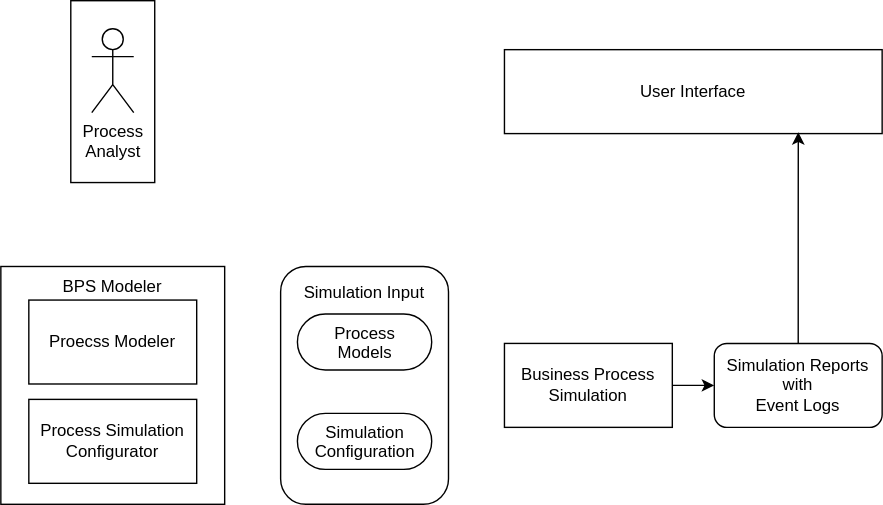
Earlier version of the draw.io export simulation_component.svg (fyndalf/master-thesis). Source tidied: cells renumbered, new cells last; positions are measured from the earlier drawing's top-left corner, leaving out a move shared by most shapes. Source of this version:
```xml
<mxGraphModel>
  <root>
    <mxCell id="0" />
    <mxCell id="1" parent="0" />
    <mxCell id="2" style="rounded=0;whiteSpace=wrap;html=1;" parent="1" vertex="1">
      <mxGeometry y="190" width="160" height="170" as="geometry" />
    </mxCell>
    <mxCell id="3" style="rounded=0;whiteSpace=wrap;html=1;" parent="1" vertex="1">
      <mxGeometry x="50" width="60" height="130" as="geometry" />
    </mxCell>
    <mxCell id="4" value="Process&lt;br&gt;Analyst" style="shape=umlActor;verticalLabelPosition=bottom;verticalAlign=top;html=1;" parent="1" vertex="1">
      <mxGeometry x="65" y="20" width="30" height="60" as="geometry" />
    </mxCell>
    <mxCell id="5" value="User Interface" style="rounded=0;whiteSpace=wrap;html=1;" parent="1" vertex="1">
      <mxGeometry x="360" y="35" width="270" height="60" as="geometry" />
    </mxCell>
    <mxCell id="6" value="&lt;div&gt;Proecss Modeler&lt;/div&gt;" style="rounded=0;whiteSpace=wrap;html=1;" parent="1" vertex="1">
      <mxGeometry x="20" y="214" width="120" height="60" as="geometry" />
    </mxCell>
    <mxCell id="7" value="Process Simulation&lt;br&gt;Configurator" style="rounded=0;whiteSpace=wrap;html=1;" parent="1" vertex="1">
      <mxGeometry x="20" y="285" width="120" height="60" as="geometry" />
    </mxCell>
    <mxCell id="8" value="&lt;div&gt;BPS Modeler&lt;/div&gt;" style="text;html=1;strokeColor=none;fillColor=none;align=center;verticalAlign=middle;whiteSpace=wrap;rounded=0;" parent="1" vertex="1">
      <mxGeometry x="20" y="190" width="120" height="30" as="geometry" />
    </mxCell>
    <mxCell id="9" style="rounded=1;whiteSpace=wrap;html=1;" parent="1" vertex="1">
      <mxGeometry x="200" y="190" width="120" height="170" as="geometry" />
    </mxCell>
    <mxCell id="10" value="Process&lt;br&gt;Models" style="html=1;align=center;verticalAlign=top;rounded=1;absoluteArcSize=1;arcSize=74;dashed=0;" parent="1" vertex="1">
      <mxGeometry x="212" y="224" width="96" height="40" as="geometry" />
    </mxCell>
    <mxCell id="11" value="Simulation&lt;br&gt;Configuration" style="html=1;align=center;verticalAlign=top;rounded=1;absoluteArcSize=1;arcSize=74;dashed=0;" parent="1" vertex="1">
      <mxGeometry x="212" y="295" width="96" height="40" as="geometry" />
    </mxCell>
    <mxCell id="12" style="edgeStyle=orthogonalEdgeStyle;rounded=0;jettySize=auto;html=1;entryX=0;entryY=0.5;entryDx=0;entryDy=0;" parent="1" edge="1" source="13" target="15">
      <mxGeometry relative="1" as="geometry" />
    </mxCell>
    <mxCell id="13" value="&lt;div&gt;Business Process Simulation&lt;/div&gt;" style="rounded=0;whiteSpace=wrap;html=1;" parent="1" vertex="1">
      <mxGeometry x="360" y="245" width="120" height="60" as="geometry" />
    </mxCell>
    <mxCell id="14" style="edgeStyle=orthogonalEdgeStyle;rounded=0;jettySize=auto;html=1;entryX=0.778;entryY=0.983;entryDx=0;entryDy=0;entryPerimeter=0;" parent="1" edge="1" source="15" target="5">
      <mxGeometry relative="1" as="geometry" />
    </mxCell>
    <mxCell id="15" value="Simulation Reports&lt;br&gt;with&lt;br&gt;&lt;div&gt;Event Logs&lt;/div&gt;" style="rounded=1;whiteSpace=wrap;html=1;" parent="1" vertex="1">
      <mxGeometry x="510" y="245" width="120" height="60" as="geometry" />
    </mxCell>
    <mxCell id="16" value="Simulation Input" style="text;html=1;strokeColor=none;fillColor=none;align=center;verticalAlign=middle;whiteSpace=wrap;rounded=0;" parent="1" vertex="1">
      <mxGeometry x="200" y="194" width="120" height="30" as="geometry" />
    </mxCell>
  </root>
</mxGraphModel>
```
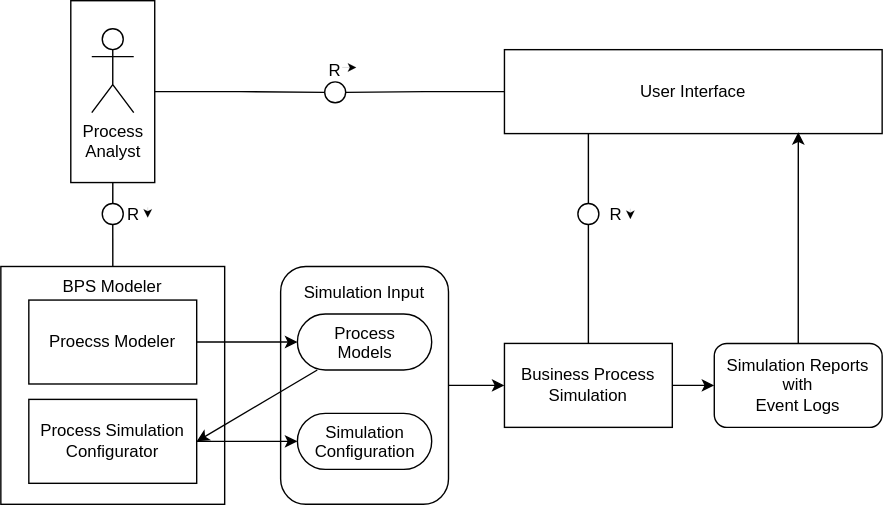
After the change.

Change to the diagram source:
```diff
@@ -5,12 +5,21 @@
     <mxCell id="2" style="rounded=0;whiteSpace=wrap;html=1;" parent="1" vertex="1">
       <mxGeometry y="190" width="160" height="170" as="geometry" />
     </mxCell>
+    <mxCell id="17" style="edgeStyle=orthogonalEdgeStyle;rounded=0;jettySize=auto;html=1;entryX=0;entryY=0.5;entryDx=0;entryDy=0;endArrow=none;endFill=0;" parent="1" edge="1" source="3" target="24">
+      <mxGeometry relative="1" as="geometry" />
+    </mxCell>
+    <mxCell id="18" style="edgeStyle=orthogonalEdgeStyle;rounded=0;jettySize=auto;html=1;endArrow=none;endFill=0;" parent="1" edge="1" source="3" target="31">
+      <mxGeometry relative="1" as="geometry" />
+    </mxCell>
     <mxCell id="3" style="rounded=0;whiteSpace=wrap;html=1;" parent="1" vertex="1">
       <mxGeometry x="50" width="60" height="130" as="geometry" />
     </mxCell>
     <mxCell id="4" value="Process&lt;br&gt;Analyst" style="shape=umlActor;verticalLabelPosition=bottom;verticalAlign=top;html=1;" parent="1" vertex="1">
       <mxGeometry x="65" y="20" width="30" height="60" as="geometry" />
     </mxCell>
+    <mxCell id="19" style="edgeStyle=orthogonalEdgeStyle;rounded=0;jettySize=auto;html=1;entryX=1;entryY=0.5;entryDx=0;entryDy=0;endArrow=none;endFill=0;" parent="1" edge="1" source="5" target="24">
+      <mxGeometry relative="1" as="geometry" />
+    </mxCell>
     <mxCell id="5" value="User Interface" style="rounded=0;whiteSpace=wrap;html=1;" parent="1" vertex="1">
       <mxGeometry x="360" y="35" width="270" height="60" as="geometry" />
     </mxCell>
@@ -23,12 +32,24 @@
     <mxCell id="8" value="&lt;div&gt;BPS Modeler&lt;/div&gt;" style="text;html=1;strokeColor=none;fillColor=none;align=center;verticalAlign=middle;whiteSpace=wrap;rounded=0;" parent="1" vertex="1">
       <mxGeometry x="20" y="190" width="120" height="30" as="geometry" />
     </mxCell>
+    <mxCell id="20" style="edgeStyle=none;rounded=0;jettySize=auto;html=1;entryX=0;entryY=0.5;entryDx=0;entryDy=0;startArrow=none;startFill=0;endArrow=classic;endFill=1;" parent="1" edge="1" source="9" target="13">
+      <mxGeometry relative="1" as="geometry" />
+    </mxCell>
     <mxCell id="9" style="rounded=1;whiteSpace=wrap;html=1;" parent="1" vertex="1">
       <mxGeometry x="200" y="190" width="120" height="170" as="geometry" />
     </mxCell>
+    <mxCell id="21" style="rounded=0;jettySize=auto;html=1;entryX=1;entryY=0.5;entryDx=0;entryDy=0;endArrow=classic;endFill=1;startArrow=none;startFill=0;" parent="1" edge="1" source="10" target="7">
+      <mxGeometry relative="1" as="geometry" />
+    </mxCell>
+    <mxCell id="22" style="edgeStyle=none;rounded=0;jettySize=auto;html=1;entryX=1;entryY=0.5;entryDx=0;entryDy=0;endArrow=none;endFill=0;startArrow=classic;startFill=1;" parent="1" edge="1" source="10" target="6">
+      <mxGeometry relative="1" as="geometry" />
+    </mxCell>
     <mxCell id="10" value="Process&lt;br&gt;Models" style="html=1;align=center;verticalAlign=top;rounded=1;absoluteArcSize=1;arcSize=74;dashed=0;" parent="1" vertex="1">
       <mxGeometry x="212" y="224" width="96" height="40" as="geometry" />
     </mxCell>
+    <mxCell id="23" style="edgeStyle=none;rounded=0;jettySize=auto;html=1;endArrow=none;endFill=0;startArrow=classic;startFill=1;" parent="1" edge="1" source="11" target="7">
+      <mxGeometry relative="1" as="geometry" />
+    </mxCell>
     <mxCell id="11" value="Simulation&lt;br&gt;Configuration" style="html=1;align=center;verticalAlign=top;rounded=1;absoluteArcSize=1;arcSize=74;dashed=0;" parent="1" vertex="1">
       <mxGeometry x="212" y="295" width="96" height="40" as="geometry" />
     </mxCell>
@@ -47,5 +68,55 @@
     <mxCell id="16" value="Simulation Input" style="text;html=1;strokeColor=none;fillColor=none;align=center;verticalAlign=middle;whiteSpace=wrap;rounded=0;" parent="1" vertex="1">
       <mxGeometry x="200" y="194" width="120" height="30" as="geometry" />
     </mxCell>
+    <mxCell id="24" style="ellipse;whiteSpace=wrap;html=1;rounded=0;" parent="1" vertex="1">
+      <mxGeometry x="231.5" y="58" width="15" height="15" as="geometry" />
+    </mxCell>
+    <mxCell id="25" value="R" style="text;html=1;strokeColor=none;fillColor=none;align=center;verticalAlign=middle;whiteSpace=wrap;rounded=0;" parent="1" vertex="1">
+      <mxGeometry x="209" y="35" width="60" height="30" as="geometry" />
+    </mxCell>
+    <mxCell id="26" style="endArrow=classic;html=1;rounded=0;endFill=1;strokeWidth=0;dashed=1;" parent="1" edge="1">
+      <mxGeometry relative="1" as="geometry">
+        <mxPoint x="244" y="47.7" as="sourcePoint" />
+        <mxPoint x="254" y="47.7" as="targetPoint" />
+      </mxGeometry>
+    </mxCell>
+    <mxCell id="27" style="edgeStyle=orthogonalEdgeStyle;rounded=0;jettySize=auto;html=1;endArrow=none;endFill=0;" parent="1" edge="1" source="29" target="13">
+      <mxGeometry relative="1" as="geometry" />
+    </mxCell>
+    <mxCell id="28" style="edgeStyle=orthogonalEdgeStyle;rounded=0;jettySize=auto;html=1;endArrow=none;endFill=0;" parent="1" edge="1" source="29" target="5">
+      <mxGeometry relative="1" as="geometry">
+        <Array as="points">
+          <mxPoint x="420" y="90" />
+          <mxPoint x="420" y="90" />
+        </Array>
+      </mxGeometry>
+    </mxCell>
+    <mxCell id="29" style="ellipse;whiteSpace=wrap;html=1;rounded=0;" parent="1" vertex="1">
+      <mxGeometry x="412.5" y="145" width="15" height="15" as="geometry" />
+    </mxCell>
+    <mxCell id="30" style="edgeStyle=orthogonalEdgeStyle;rounded=0;jettySize=auto;html=1;endArrow=none;endFill=0;" parent="1" edge="1" source="31" target="8">
+      <mxGeometry relative="1" as="geometry" />
+    </mxCell>
+    <mxCell id="31" style="ellipse;whiteSpace=wrap;html=1;rounded=0;" parent="1" vertex="1">
+      <mxGeometry x="72.5" y="145" width="15" height="15" as="geometry" />
+    </mxCell>
+    <mxCell id="32" value="R" style="text;html=1;strokeColor=none;fillColor=none;align=center;verticalAlign=middle;whiteSpace=wrap;rounded=0;" parent="1" vertex="1">
+      <mxGeometry x="65" y="137.5" width="60" height="30" as="geometry" />
+    </mxCell>
+    <mxCell id="33" value="R" style="text;html=1;strokeColor=none;fillColor=none;align=center;verticalAlign=middle;whiteSpace=wrap;rounded=0;" parent="1" vertex="1">
+      <mxGeometry x="410" y="137.5" width="60" height="30" as="geometry" />
+    </mxCell>
+    <mxCell id="34" style="endArrow=classic;html=1;rounded=0;endFill=1;strokeWidth=0;dashed=1;" parent="1" edge="1">
+      <mxGeometry relative="1" as="geometry">
+        <mxPoint x="105" y="147.7" as="sourcePoint" />
+        <mxPoint x="105" y="155" as="targetPoint" />
+      </mxGeometry>
+    </mxCell>
+    <mxCell id="35" style="endArrow=classic;html=1;rounded=0;endFill=1;strokeWidth=0;dashed=1;" parent="1" edge="1">
+      <mxGeometry relative="1" as="geometry">
+        <mxPoint x="450" y="148.7" as="sourcePoint" />
+        <mxPoint x="450" y="156" as="targetPoint" />
+      </mxGeometry>
+    </mxCell>
   </root>
 </mxGraphModel>
```
